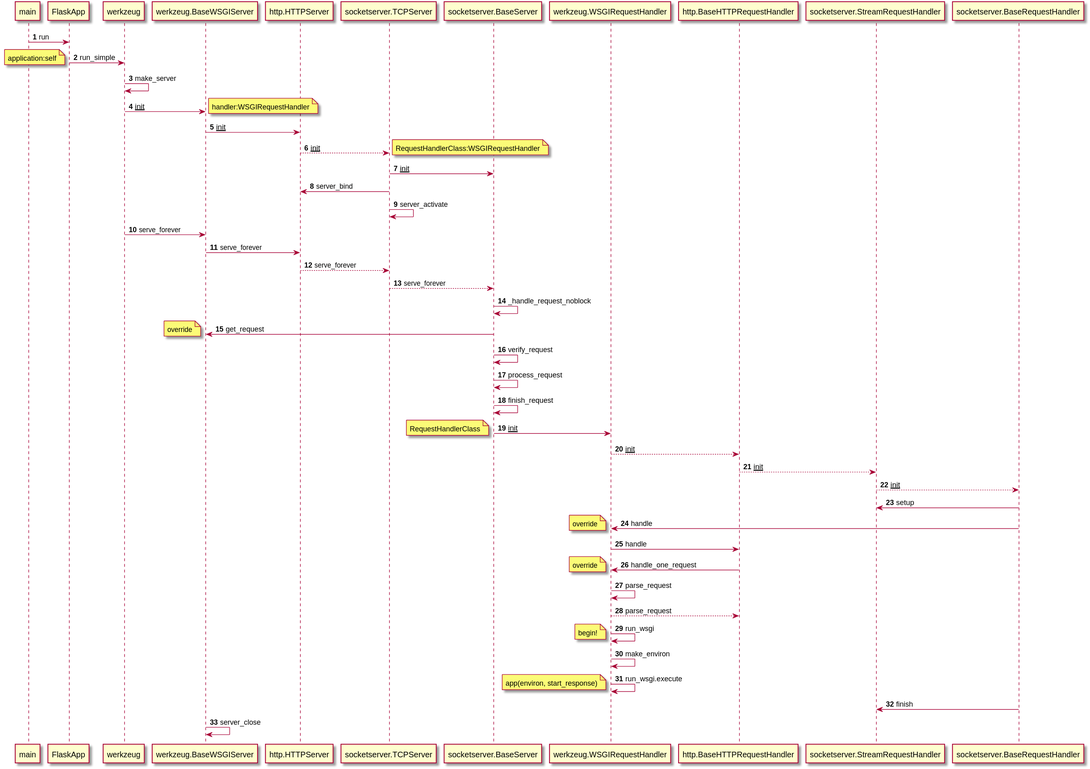
Above: images/flask-callflow.svg in DZL1943/learn_flask (PlantUML), before the change.
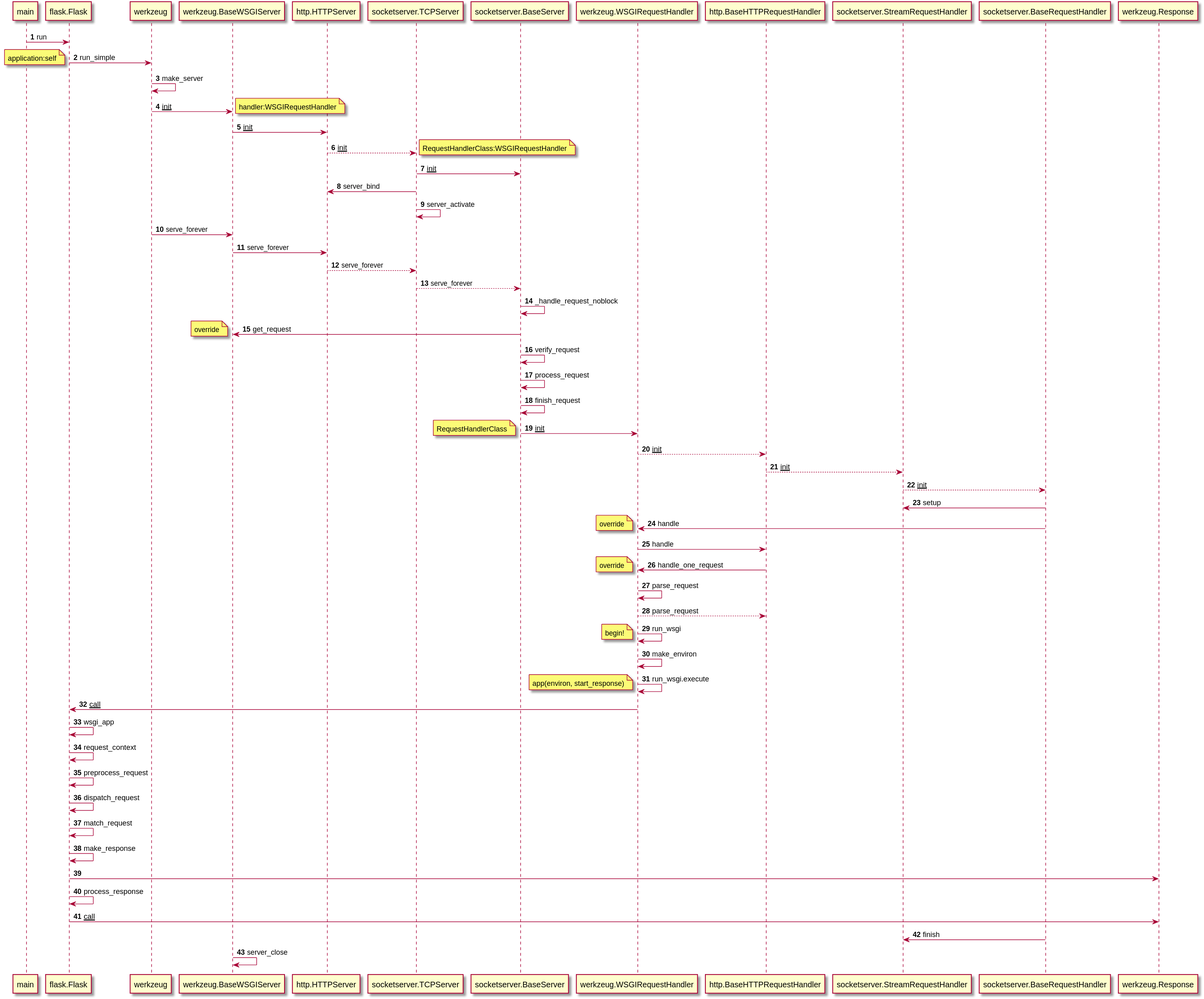
The same file after the commit.

Change to the diagram source:
```diff
@@ -1,7 +1,7 @@
 @startuml flask-callflow
 autonumber
-main -> FlaskApp: run
-    FlaskApp -> werkzeug: run_simple
+main -> flask.Flask: run
+    flask.Flask -> werkzeug: run_simple
     note left: application:self
         werkzeug -> werkzeug: make_server
             werkzeug -> werkzeug.BaseWSGIServer: __init__
@@ -40,6 +40,16 @@
                                                 werkzeug.WSGIRequestHandler -> werkzeug.WSGIRequestHandler: make_environ
                                                 werkzeug.WSGIRequestHandler -> werkzeug.WSGIRequestHandler: run_wsgi.execute
                                                 note left: app(environ, start_response)
+                                                    werkzeug.WSGIRequestHandler -> flask.Flask: __call__
+                                                        flask.Flask -> flask.Flask: wsgi_app
+                                                            flask.Flask -> flask.Flask: request_context
+                                                            flask.Flask -> flask.Flask: preprocess_request
+                                                            flask.Flask -> flask.Flask: dispatch_request
+                                                                flask.Flask -> flask.Flask: match_request
+                                                            flask.Flask -> flask.Flask: make_response
+                                                                flask.Flask -> werkzeug.Response
+                                                            flask.Flask -> flask.Flask: process_response
+                                                            flask.Flask -> werkzeug.Response: __call__
                                 socketserver.BaseRequestHandler -> socketserver.StreamRequestHandler: finish
             werkzeug.BaseWSGIServer -> werkzeug.BaseWSGIServer: server_close
 @enduml
```
